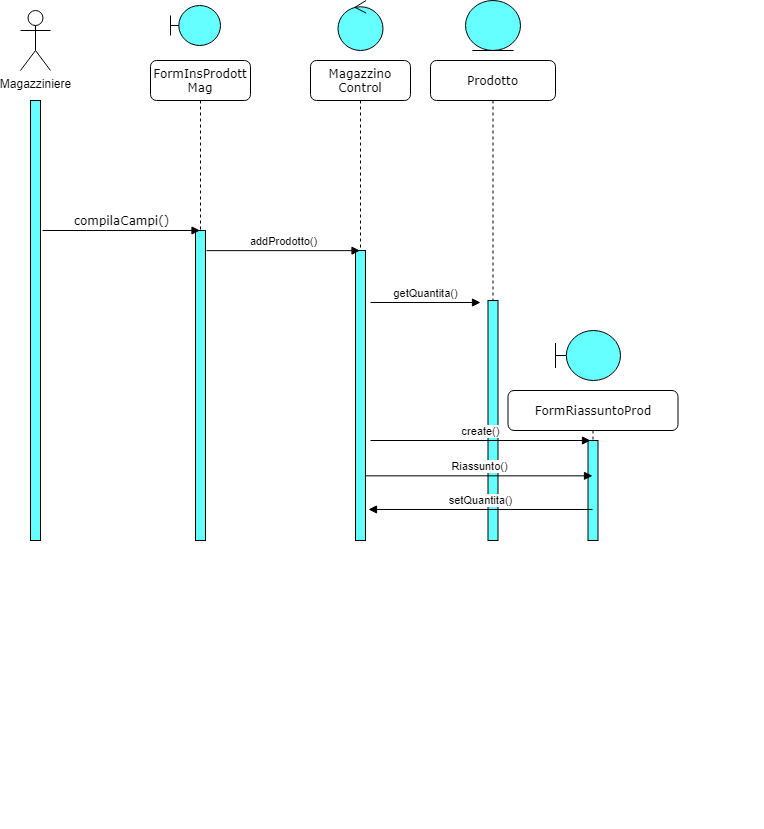
Earlier version of the draw.io export Object&SequenceDiagram/SD_2.png (Ciro-Fusco/NewDM). Source tidied: cells renumbered, new cells last; positions are measured from the earlier drawing's top-left corner, leaving out a move shared by most shapes.
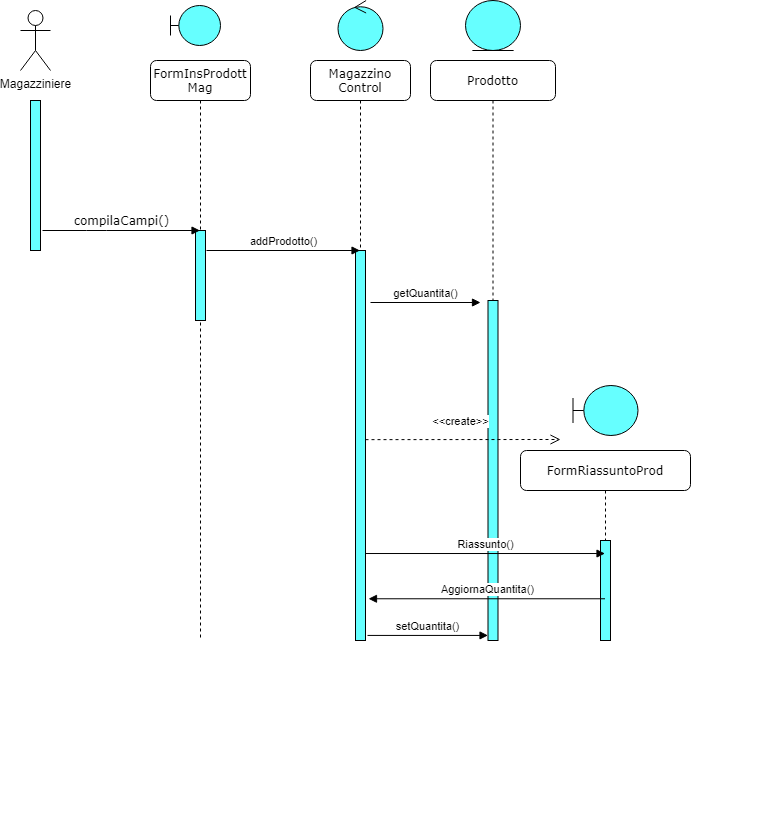
Later version of the same file.

The edit, as a diff of the source:
```diff
@@ -3,30 +3,32 @@
     <mxCell id="0" />
     <mxCell id="1" parent="0" />
     <mxCell id="2" value="FormInsProdott&lt;br&gt;Mag" style="shape=umlLifeline;perimeter=lifelinePerimeter;whiteSpace=wrap;html=1;outlineConnect=0;rounded=1;shadow=0;comic=0;labelBackgroundColor=none;strokeWidth=1;fontFamily=Verdana;fontSize=12;align=center;" parent="1" vertex="1">
-      <mxGeometry x="130" y="60" width="100" height="480" as="geometry" />
+      <mxGeometry x="130" y="60" width="100" height="580" as="geometry" />
     </mxCell>
     <mxCell id="3" style="html=1;points=[];perimeter=orthogonalPerimeter;rounded=0;shadow=0;comic=0;labelBackgroundColor=none;strokeWidth=1;fontFamily=Verdana;fontSize=12;align=center;fillColor=#66FFFF;" parent="2" vertex="1">
-      <mxGeometry x="45" y="170" width="10" height="310" as="geometry" />
+      <mxGeometry x="45" y="170" width="10" height="90" as="geometry" />
     </mxCell>
     <mxCell id="4" value="Magazziniere" style="shape=umlActor;verticalLabelPosition=bottom;verticalAlign=top;html=1;" parent="1" vertex="1">
       <mxGeometry y="10" width="30" height="60" as="geometry" />
     </mxCell>
     <mxCell id="5" style="html=1;perimeter=orthogonalPerimeter;rounded=0;shadow=0;comic=0;labelBackgroundColor=none;strokeWidth=1;fontFamily=Verdana;fontSize=12;align=center;fillColor=#66FFFF;" parent="1" vertex="1">
-      <mxGeometry x="10" y="100" width="10" height="440" as="geometry" />
+      <mxGeometry x="10" y="100" width="10" height="150" as="geometry" />
     </mxCell>
     <mxCell id="6" value="Magazzino&lt;br&gt;Control" style="shape=umlLifeline;perimeter=lifelinePerimeter;whiteSpace=wrap;html=1;outlineConnect=0;rounded=1;shadow=0;comic=0;labelBackgroundColor=none;strokeWidth=1;fontFamily=Verdana;fontSize=12;align=center;" parent="1" vertex="1">
-      <mxGeometry x="290" y="60" width="100" height="480" as="geometry" />
+      <mxGeometry x="290" y="60" width="100" height="580" as="geometry" />
     </mxCell>
     <mxCell id="7" style="html=1;points=[];perimeter=orthogonalPerimeter;rounded=0;shadow=0;comic=0;labelBackgroundColor=none;strokeWidth=1;fontFamily=Verdana;fontSize=12;align=center;fillColor=#66FFFF;" parent="6" vertex="1">
-      <mxGeometry x="45" y="190" width="10" height="290" as="geometry" />
+      <mxGeometry x="45" y="190" width="10" height="390" as="geometry" />
     </mxCell>
     <mxCell id="8" value="compilaCampi()" style="html=1;verticalAlign=bottom;endArrow=block;labelBackgroundColor=none;fontFamily=Verdana;fontSize=12;edgeStyle=elbowEdgeStyle;elbow=vertical;" parent="1" edge="1" target="2">
       <mxGeometry relative="1" as="geometry">
         <mxPoint x="22" y="230" as="sourcePoint" />
       </mxGeometry>
     </mxCell>
-    <mxCell id="9" value="addProdotto()" style="html=1;verticalAlign=bottom;endArrow=block;exitX=1.1;exitY=0.065;exitDx=0;exitDy=0;exitPerimeter=0;" parent="1" edge="1" source="3" target="6">
-      <mxGeometry relative="1" as="geometry" />
+    <mxCell id="9" value="addProdotto()" style="html=1;verticalAlign=bottom;endArrow=block;" parent="1" edge="1" target="6">
+      <mxGeometry relative="1" as="geometry">
+        <mxPoint x="186" y="250" as="sourcePoint" />
+      </mxGeometry>
     </mxCell>
     <mxCell id="10" value="getQuantita()" style="html=1;verticalAlign=bottom;endArrow=block;" parent="1" edge="1">
       <mxGeometry relative="1" as="geometry">
@@ -35,10 +37,10 @@
       </mxGeometry>
     </mxCell>
     <mxCell id="11" value="Prodotto" style="shape=umlLifeline;perimeter=lifelinePerimeter;whiteSpace=wrap;html=1;rounded=1;shadow=0;comic=0;labelBackgroundColor=none;strokeWidth=1;fontFamily=Verdana;fontSize=12;align=center;" parent="1" vertex="1">
-      <mxGeometry x="410" y="60" width="125" height="340" as="geometry" />
+      <mxGeometry x="410" y="60" width="125" height="580" as="geometry" />
     </mxCell>
     <mxCell id="12" style="html=1;points=[];perimeter=orthogonalPerimeter;rounded=0;shadow=0;comic=0;labelBackgroundColor=none;strokeWidth=1;fontFamily=Verdana;fontSize=12;align=center;fillColor=#66FFFF;" parent="11" vertex="1">
-      <mxGeometry x="57.5" y="240" width="10" height="240" as="geometry" />
+      <mxGeometry x="57.5" y="240" width="10" height="340" as="geometry" />
     </mxCell>
     <mxCell id="13" style="edgeStyle=orthogonalEdgeStyle;rounded=0;orthogonalLoop=1;jettySize=auto;html=1;exitX=0.5;exitY=1;exitDx=0;exitDy=0;" parent="1" edge="1">
       <mxGeometry relative="1" as="geometry">
@@ -47,10 +49,10 @@
       </mxGeometry>
     </mxCell>
     <mxCell id="14" value="FormRiassuntoProd" style="shape=umlLifeline;perimeter=lifelinePerimeter;whiteSpace=wrap;html=1;outlineConnect=0;rounded=1;shadow=0;comic=0;labelBackgroundColor=none;strokeWidth=1;fontFamily=Verdana;fontSize=12;align=center;" parent="1" vertex="1">
-      <mxGeometry x="487.5" y="390" width="170" height="150" as="geometry" />
+      <mxGeometry x="500" y="450" width="170" height="150" as="geometry" />
     </mxCell>
     <mxCell id="15" style="html=1;perimeter=orthogonalPerimeter;rounded=0;shadow=0;comic=0;labelBackgroundColor=none;strokeWidth=1;fontFamily=Verdana;fontSize=12;align=center;fillColor=#66FFFF;" parent="14" vertex="1">
-      <mxGeometry x="80" y="50" width="10" height="100" as="geometry" />
+      <mxGeometry x="80" y="90" width="10" height="100" as="geometry" />
     </mxCell>
     <mxCell id="16" style="shape=umlBoundary;whiteSpace=wrap;html=1;fillColor=#66FFFF;" parent="1" vertex="1">
       <mxGeometry x="150" y="5" width="50" height="40" as="geometry" />
@@ -62,19 +64,21 @@
       <mxGeometry x="445" width="55" height="50" as="geometry" />
     </mxCell>
     <mxCell id="19" style="shape=umlBoundary;whiteSpace=wrap;html=1;fillColor=#66FFFF;" parent="1" vertex="1">
-      <mxGeometry x="535" y="330" width="65" height="50" as="geometry" />
+      <mxGeometry x="552.5" y="385" width="65" height="50" as="geometry" />
     </mxCell>
     <mxCell id="20" value="Riassunto()" style="html=1;verticalAlign=bottom;endArrow=block;exitX=1;exitY=0.777;exitDx=0;exitDy=0;exitPerimeter=0;" parent="1" edge="1" source="7" target="14">
       <mxGeometry relative="1" as="geometry" />
     </mxCell>
-    <mxCell id="21" value="create()" style="html=1;verticalAlign=bottom;endArrow=block;exitX=1;exitY=0.777;exitDx=0;exitDy=0;exitPerimeter=0;" parent="1" edge="1">
-      <mxGeometry relative="1" as="geometry">
-        <mxPoint x="350" y="440" as="sourcePoint" />
-        <mxPoint x="570" y="440" as="targetPoint" />
-      </mxGeometry>
-    </mxCell>
-    <mxCell id="22" value="setQuantita()" style="html=1;verticalAlign=bottom;endArrow=block;entryX=1.3;entryY=0.893;entryDx=0;entryDy=0;entryPerimeter=0;" parent="1" edge="1" source="14" target="7">
+    <mxCell id="22" value="AggiornaQuantita()" style="html=1;verticalAlign=bottom;endArrow=block;entryX=1.3;entryY=0.893;entryDx=0;entryDy=0;entryPerimeter=0;" parent="1" edge="1" source="14" target="7">
       <mxGeometry relative="1" as="geometry" />
     </mxCell>
+    <mxCell id="23" value="setQuantita()" style="html=1;verticalAlign=bottom;endArrow=block;exitX=1.2;exitY=0.987;exitDx=0;exitDy=0;exitPerimeter=0;" parent="1" edge="1" source="7" target="12">
+      <mxGeometry relative="1" as="geometry" />
+    </mxCell>
+    <mxCell id="24" value="&amp;lt;&amp;lt;create&amp;gt;&amp;gt;" style="html=1;verticalAlign=bottom;endArrow=open;dashed=1;endSize=8;exitX=1;exitY=0.485;exitDx=0;exitDy=0;exitPerimeter=0;" parent="1" edge="1" source="7">
+      <mxGeometry x="-0.03" y="9" relative="1" as="geometry">
+        <mxPoint x="540" y="439" as="targetPoint" />
+      </mxGeometry>
+    </mxCell>
   </root>
 </mxGraphModel>
```
